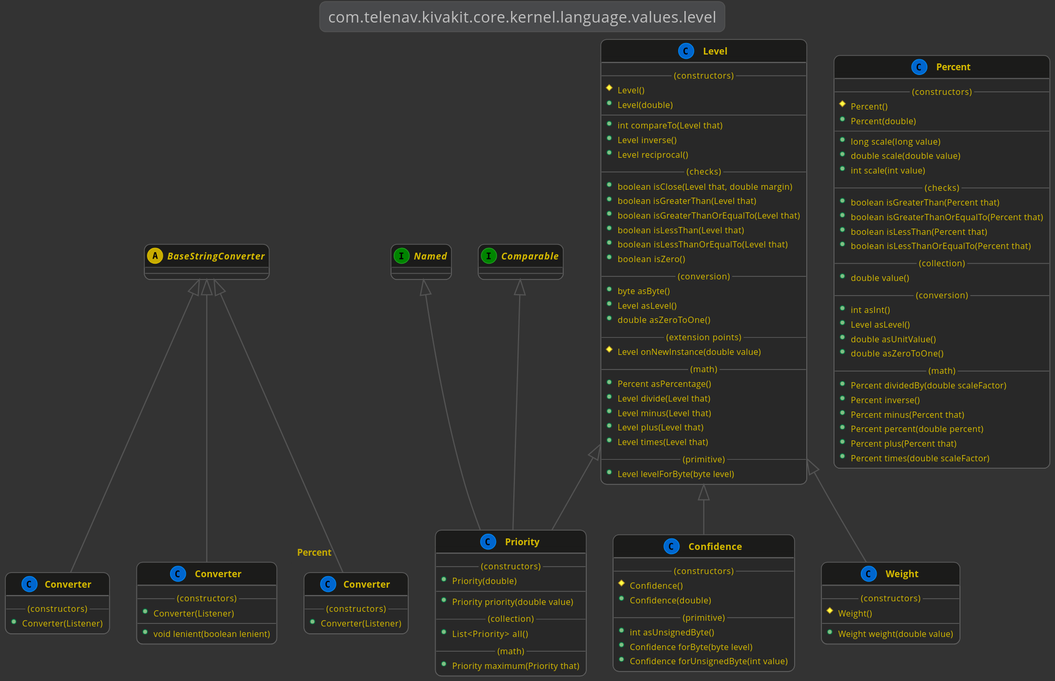
The PlantUML diagram kivakit-core/kernel/documentation/diagrams/com.telenav.kivakit.core.kernel.language.values.level.svg in Telenav/kivakit, before a commit.
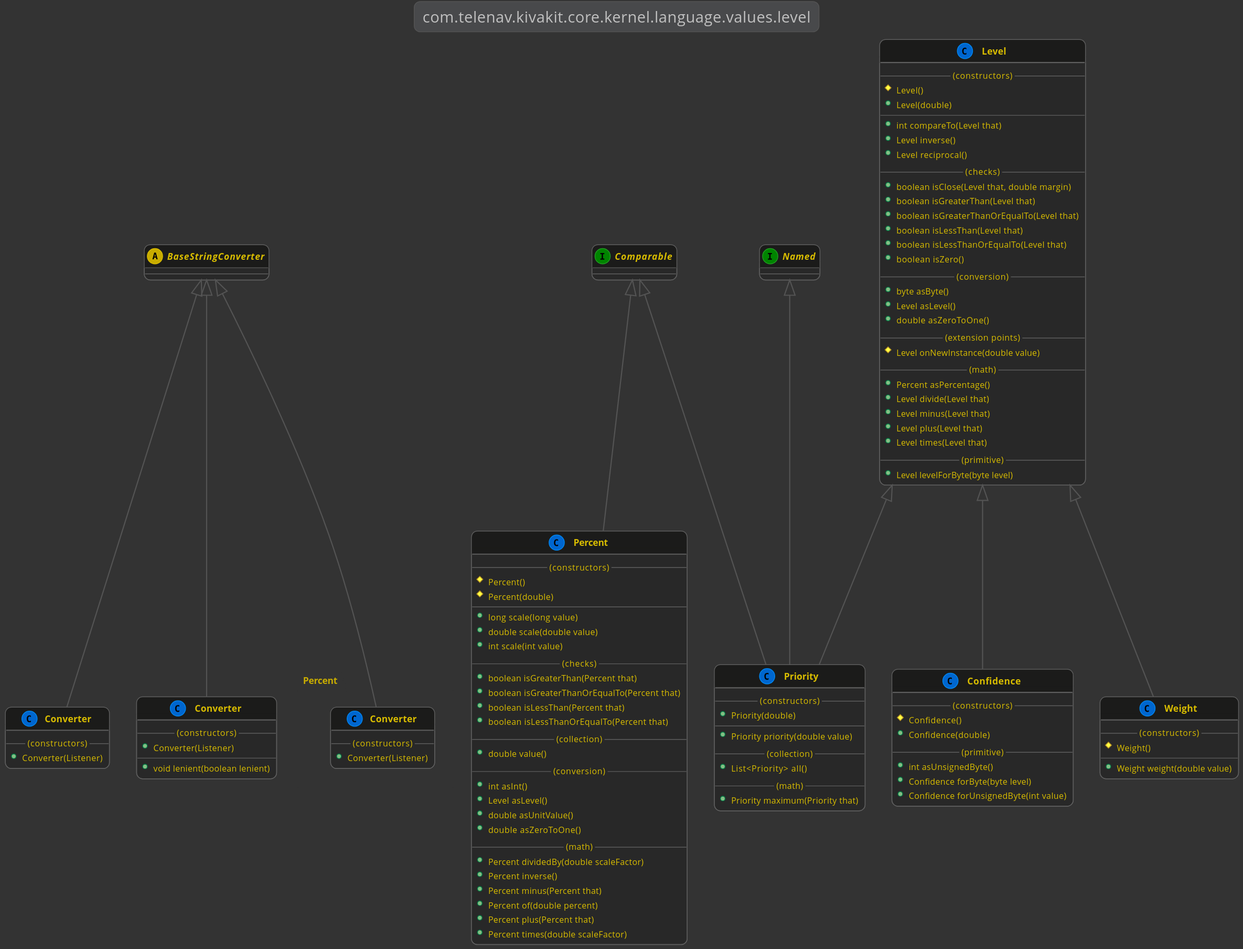
Later version of the same file.

The edit, as a diff of the source:
```diff
@@ -76,11 +76,12 @@
         +Level levelForByte(byte level)
     }
 
+    Comparable <|-- Percent
     class Percent
     {
         --(constructors)--
         #Percent()
-        +Percent(double)
+        #Percent(double)
         --
         +long scale(long value)
         +double scale(double value)
@@ -101,7 +102,7 @@
         +Percent dividedBy(double scaleFactor)
         +Percent inverse()
         +Percent minus(Percent that)
-        +Percent percent(double percent)
+        +Percent of(double percent)
         +Percent plus(Percent that)
         +Percent times(double scaleFactor)
     }
```
